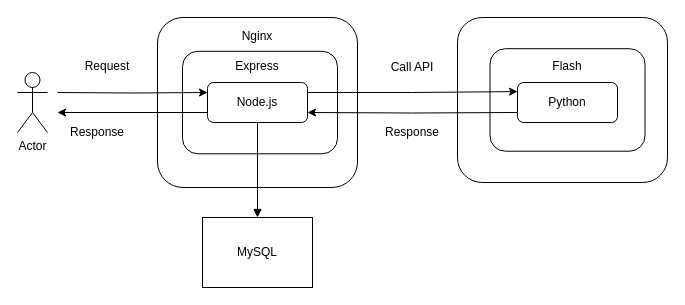
Above: Diagram.drawio in buithehuy/Nodejs-simple-project (draw.io), before the change. Source tidied: cells renumbered, new cells numbered last; positions are measured from the earlier drawing's top-left corner, leaving out a move shared by most shapes. Both pictures are drawn from the tidied source at 100%, with x=0, y=0 at pixel (17, 17).
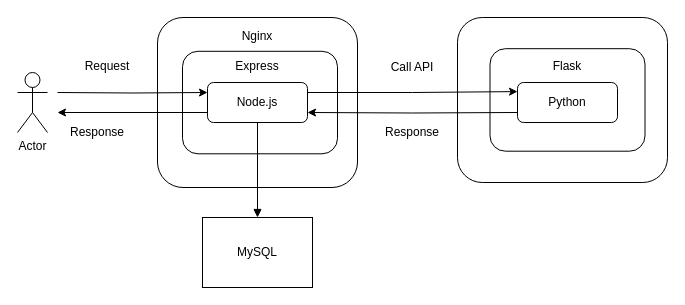
The same page after the edit.

Commit message (it also covers changes not shown here):
add flask web, call api flask

Change to the diagram source:
```diff
@@
-    <mxCell id="21" value="Flash" style="text;html=1;align=center;verticalAlign=middle;whiteSpace=wrap;rounded=0;" parent="1" vertex="1">
+    <mxCell id="21" value="Flask" style="text;html=1;align=center;verticalAlign=middle;whiteSpace=wrap;rounded=0;" parent="1" vertex="1">
       <mxGeometry x="520" y="33.8" width="60" height="30" as="geometry" />
     </mxCell>
```
